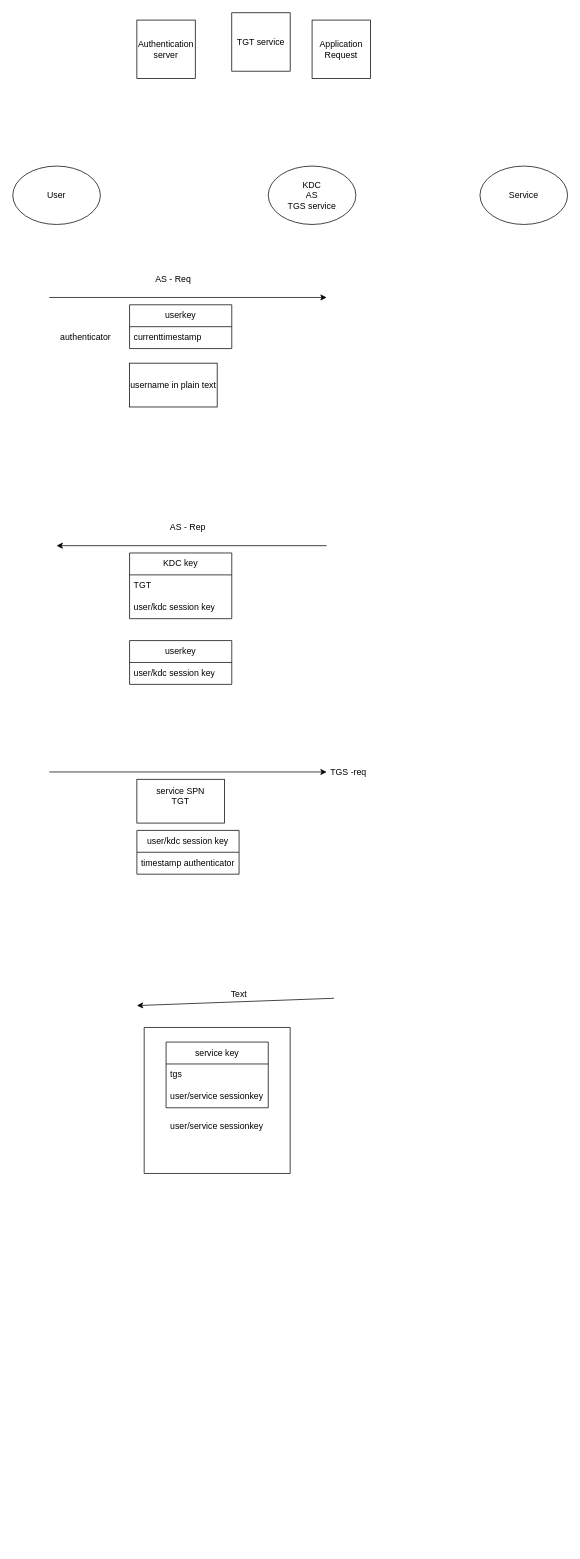
ksjithin/drawio keeps this draw.io diagram as kerb.drawio. Above is the earlier version. Source tidied: cells renumbered, new cells numbered last; positions are measured from the earlier drawing's top-left corner, leaving out a move shared by most shapes. Both pictures are drawn from the tidied source at 73%, with x=0, y=0 at pixel (12, 12).
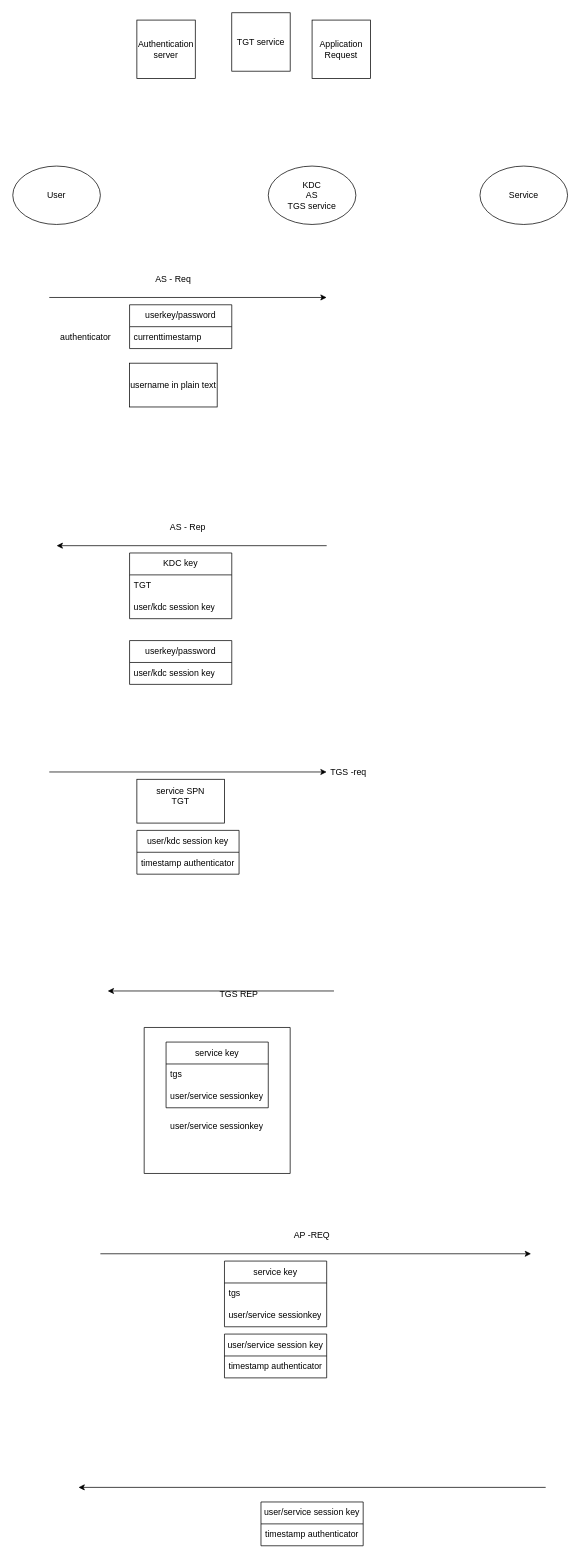
After the change.

The edit, as a diff of the source:
```diff
@@
-    <mxCell id="9" value="userkey" style="swimlane;fontStyle=0;horizontal=1;startSize=30;whiteSpace=wrap;html=1;" parent="1" vertex="1">
+    <mxCell id="9" value="userkey/password" style="swimlane;fontStyle=0;horizontal=1;startSize=30;whiteSpace=wrap;html=1;" parent="1" vertex="1">
       <mxGeometry x="160" y="400" width="140" height="60" as="geometry" />
     </mxCell>
@@
-    <mxCell id="19" value="userkey" style="swimlane;fontStyle=0;horizontal=1;startSize=30;whiteSpace=wrap;html=1;" parent="1" vertex="1">
+    <mxCell id="19" value="userkey/password" style="swimlane;fontStyle=0;horizontal=1;startSize=30;whiteSpace=wrap;html=1;" parent="1" vertex="1">
       <mxGeometry x="160" y="860" width="140" height="60" as="geometry" />
     </mxCell>
@@
     <mxCell id="26" style="endArrow=classic;html=1;rounded=0;" parent="1" edge="1">
       <mxGeometry relative="1" as="geometry">
-        <mxPoint x="440" y="1350" as="sourcePoint" />
-        <mxPoint x="170" y="1360" as="targetPoint" />
+        <mxPoint x="440" y="1340" as="sourcePoint" />
+        <mxPoint x="130" y="1340" as="targetPoint" />
       </mxGeometry>
     </mxCell>
-    <mxCell id="27" value="Text" style="text;html=1;align=center;verticalAlign=middle;whiteSpace=wrap;rounded=0;" parent="1" vertex="1">
+    <mxCell id="27" value="TGS REP" style="text;html=1;align=center;verticalAlign=middle;whiteSpace=wrap;rounded=0;" parent="1" vertex="1">
       <mxGeometry x="280" y="1330" width="60" height="30" as="geometry" />
     </mxCell>
@@
+    <mxCell id="33" style="endArrow=classic;html=1;rounded=0;" parent="1" edge="1">
+      <mxGeometry relative="1" as="geometry">
+        <mxPoint x="120" y="1700" as="sourcePoint" />
+        <mxPoint x="710" y="1700" as="targetPoint" />
+      </mxGeometry>
+    </mxCell>
+    <mxCell id="34" value="user/service session key" style="swimlane;fontStyle=0;horizontal=1;startSize=30;whiteSpace=wrap;html=1;" parent="1" vertex="1">
+      <mxGeometry x="290" y="1810" width="140" height="60" as="geometry" />
+    </mxCell>
+    <mxCell id="35" value="timestamp authenticator" style="text;strokeColor=none;fillColor=none;align=left;verticalAlign=middle;spacingLeft=4;spacingRight=4;overflow=hidden;whiteSpace=wrap;html=1;" parent="34" vertex="1">
+      <mxGeometry y="30" width="140" height="30" as="geometry" />
+    </mxCell>
+    <mxCell id="36" value="service key" style="swimlane;fontStyle=0;horizontal=1;startSize=30;whiteSpace=wrap;html=1;" parent="1" vertex="1">
+      <mxGeometry x="290" y="1710" width="140" height="90" as="geometry" />
+    </mxCell>
+    <mxCell id="37" value="tgs&amp;nbsp;" style="text;strokeColor=none;fillColor=none;align=left;verticalAlign=middle;spacingLeft=4;spacingRight=4;overflow=hidden;whiteSpace=wrap;html=1;" parent="36" vertex="1">
+      <mxGeometry y="30" width="140" height="30" as="geometry" />
+    </mxCell>
+    <mxCell id="38" value="user/service sessionkey" style="text;strokeColor=none;fillColor=none;align=left;verticalAlign=middle;spacingLeft=4;spacingRight=4;overflow=hidden;whiteSpace=wrap;html=1;" parent="36" vertex="1">
+      <mxGeometry y="60" width="140" height="30" as="geometry" />
+    </mxCell>
+    <mxCell id="39" value="AP -REQ" style="text;html=1;align=center;verticalAlign=middle;whiteSpace=wrap;rounded=0;" parent="1" vertex="1">
+      <mxGeometry x="380" y="1660" width="60" height="30" as="geometry" />
+    </mxCell>
+    <mxCell id="40" style="endArrow=classic;html=1;rounded=0;" parent="1" edge="1">
+      <mxGeometry relative="1" as="geometry">
+        <mxPoint x="730" y="2020" as="sourcePoint" />
+        <mxPoint x="90" y="2020" as="targetPoint" />
+      </mxGeometry>
+    </mxCell>
+    <mxCell id="41" value="user/service session key" style="swimlane;fontStyle=0;horizontal=1;startSize=30;whiteSpace=wrap;html=1;" parent="1" vertex="1">
+      <mxGeometry x="340" y="2040" width="140" height="60" as="geometry" />
+    </mxCell>
+    <mxCell id="42" value="timestamp authenticator" style="text;strokeColor=none;fillColor=none;align=left;verticalAlign=middle;spacingLeft=4;spacingRight=4;overflow=hidden;whiteSpace=wrap;html=1;" parent="41" vertex="1">
+      <mxGeometry y="30" width="140" height="30" as="geometry" />
+    </mxCell>
```
